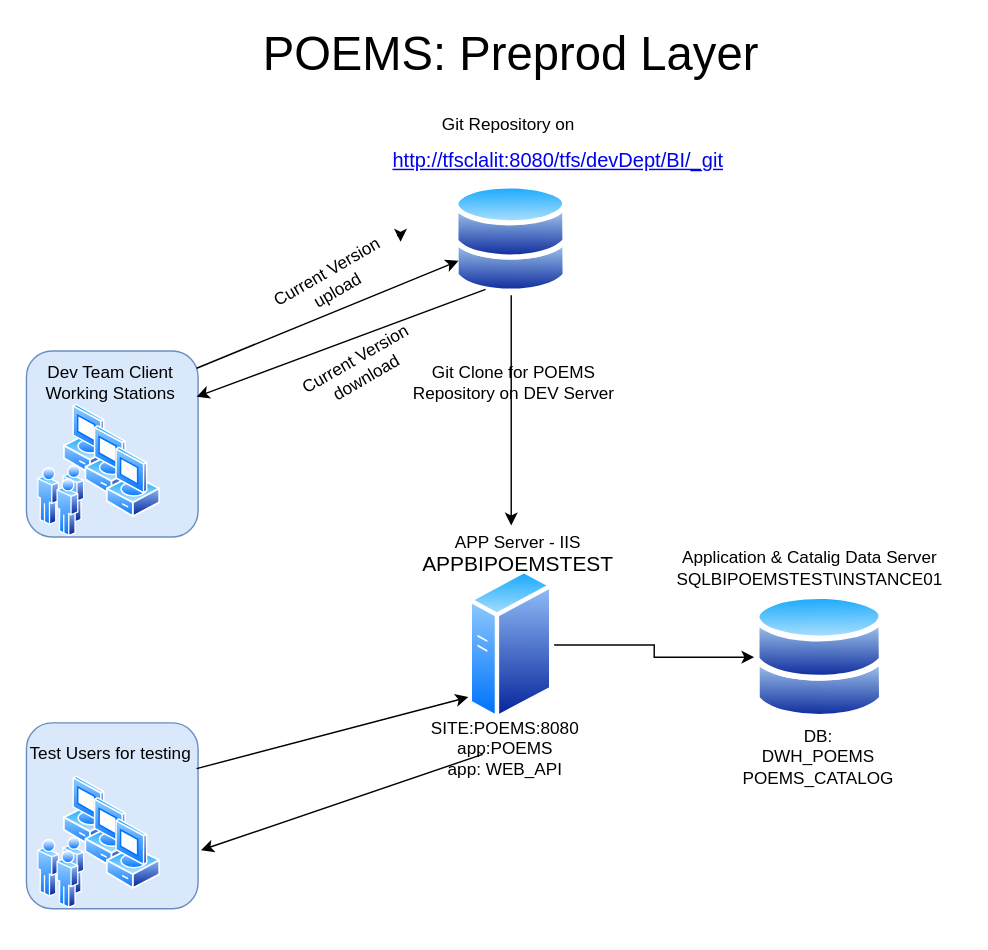
itaybaran/drawing keeps this draw.io diagram as poems_preprod.drawio. Above is the earlier version. Source tidied: cells renumbered, new cells numbered last; positions are measured from the earlier drawing's top-left corner, leaving out a move shared by most shapes. Both pictures are drawn from the tidied source at 143%, with x=0, y=0 at pixel (24, 39).
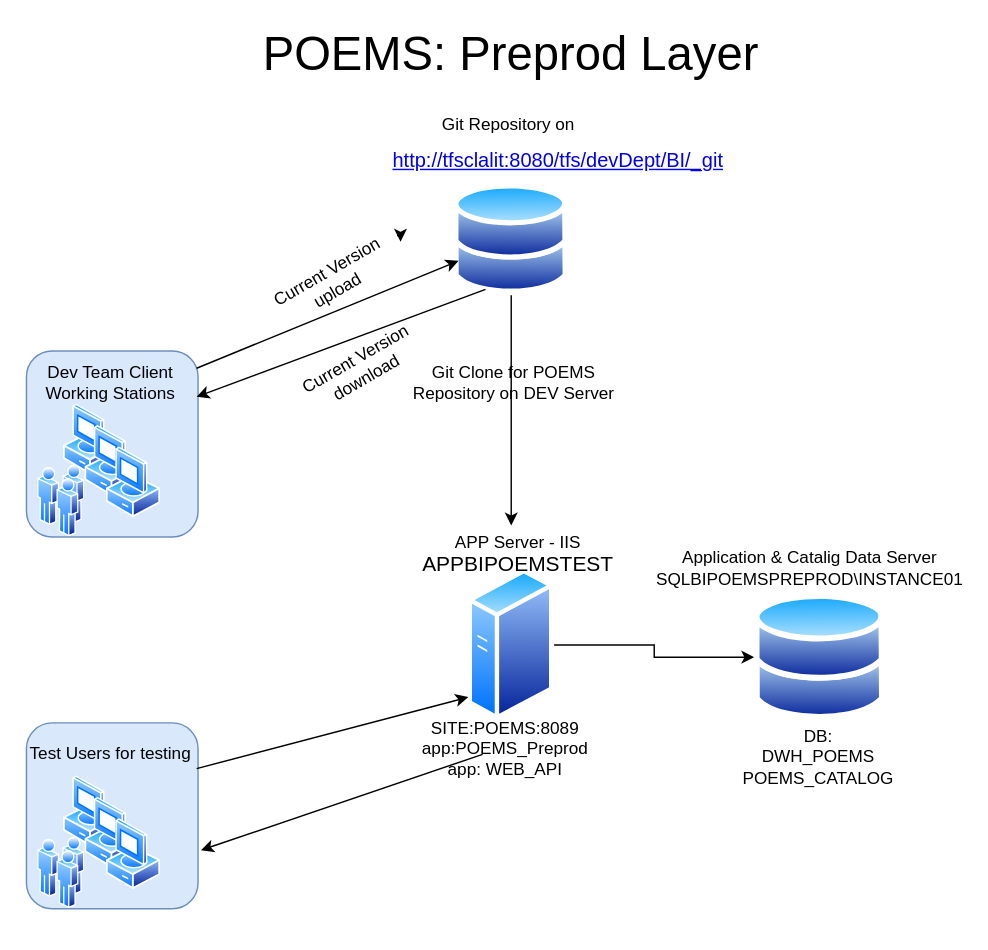
After the change.

What changed in the source:
```diff
@@
-    <mxCell id="22" value="SITE:POEMS:8080&lt;br&gt;app:POEMS&lt;br&gt;app: WEB_API" style="text;html=1;strokeColor=none;fillColor=none;align=center;verticalAlign=middle;whiteSpace=wrap;rounded=0;" parent="1" vertex="1">
+    <mxCell id="22" value="SITE:POEMS:8089&lt;br&gt;app:POEMS_Preprod&lt;br&gt;app: WEB_API" style="text;html=1;strokeColor=none;fillColor=none;align=center;verticalAlign=middle;whiteSpace=wrap;rounded=0;" parent="1" vertex="1">
       <mxGeometry x="251" y="486.1" width="170" height="20" as="geometry" />
     </mxCell>
@@
-    <mxCell id="36" value="Application &amp;amp; Catalig Data Server&lt;br&gt;SQLBIPOEMSTEST\INSTANCE01" style="text;html=1;strokeColor=none;fillColor=none;align=center;verticalAlign=middle;whiteSpace=wrap;rounded=0;" parent="1" vertex="1">
+    <mxCell id="36" value="Application &amp;amp; Catalig Data Server&lt;br&gt;SQLBIPOEMSPREPROD\INSTANCE01" style="text;html=1;strokeColor=none;fillColor=none;align=center;verticalAlign=middle;whiteSpace=wrap;rounded=0;" parent="1" vertex="1">
       <mxGeometry x="464" y="360" width="170" height="20" as="geometry" />
     </mxCell>
```
